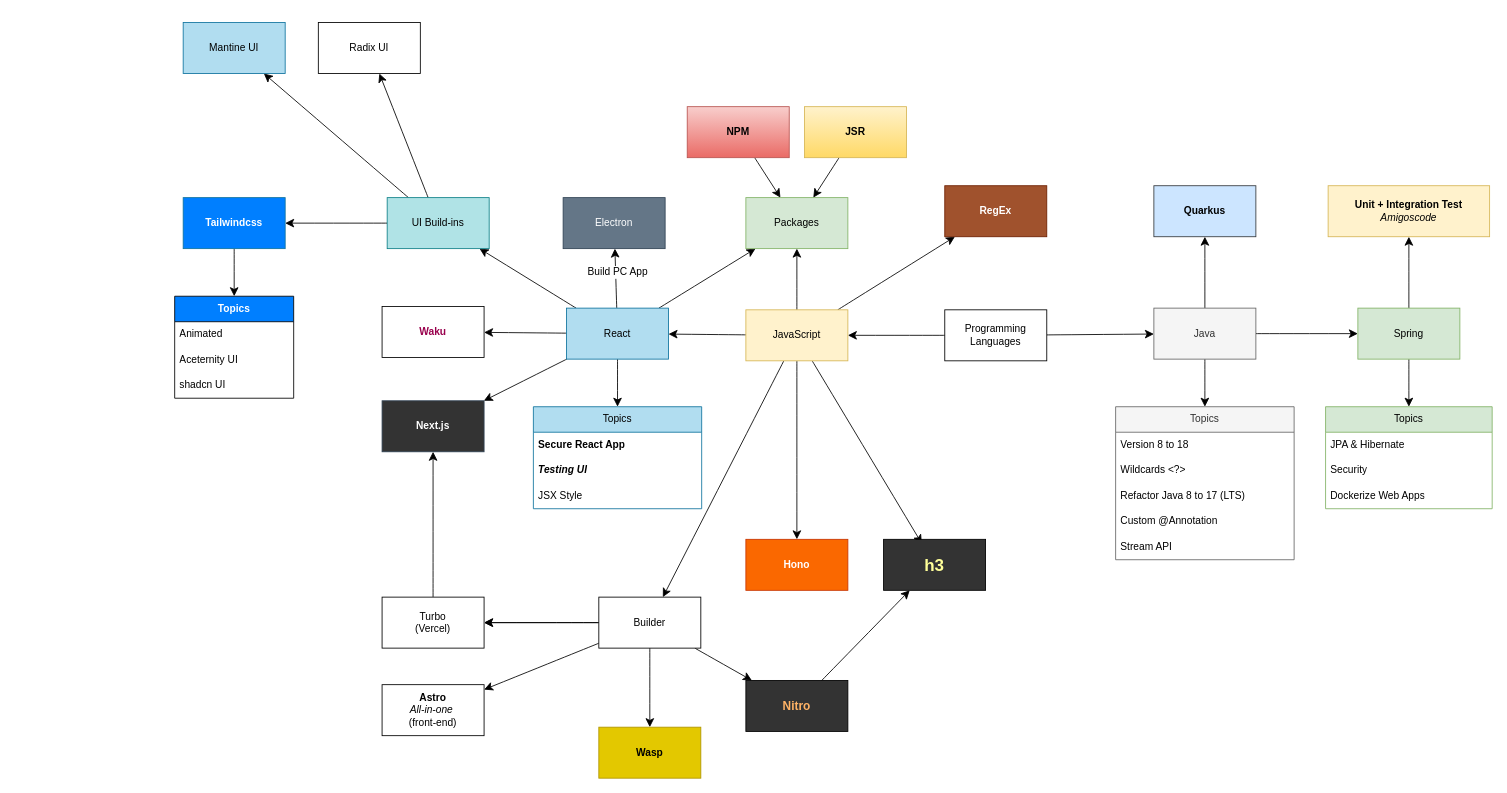
Before: page "Web tech" (1 of 5) of Link_Bookmarks.drawio in sunflynf/diagram-only, a draw.io diagram. Source tidied: cells renumbered, new cells numbered last; positions are measured from the earlier drawing's top-left corner, leaving out a move shared by most shapes. Both pictures are drawn from the tidied source at 85%, with x=0, y=0 at pixel (174, 22).
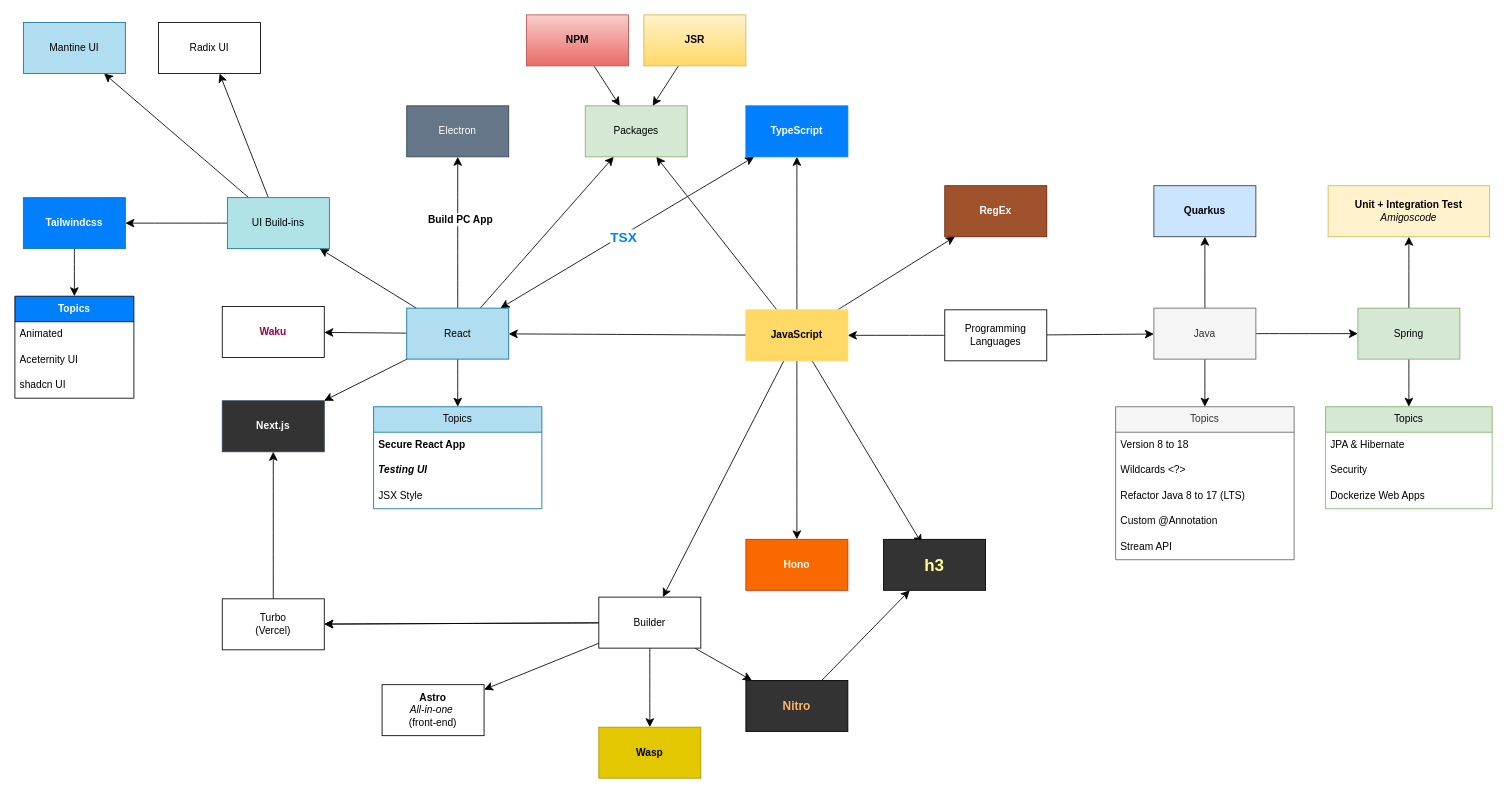
The same diagram, later.

The change refers to these unchanged cells:
```xml
<mxCell id="32" style="edgeStyle=none;curved=1;rounded=0;jettySize=auto;html=1;fontSize=12;startSize=8;endSize=8;" parent="1" edge="1" source="37" target="44">
  <mxGeometry relative="1" as="geometry" />
</mxCell>
```

Diff of the diagram source:
```diff
@@
+    <mxCell id="78" style="edgeStyle=none;curved=1;rounded=0;jettySize=auto;html=1;fontSize=12;startSize=8;endSize=8;" parent="1" edge="1" source="29" target="81">
+      <mxGeometry relative="1" as="geometry" />
+    </mxCell>
-    <mxCell id="29" value="JavaScript" style="whiteSpace=wrap;html=1;fillColor=#fff2cc;strokeColor=#d6b656;" parent="1" vertex="1">
+    <mxCell id="29" value="JavaScript" style="whiteSpace=wrap;html=1;fillColor=#FFD966;strokeColor=#FFD966;fontStyle=1;" parent="1" vertex="1">
       <mxGeometry x="672" y="338" width="120" height="60" as="geometry" />
     </mxCell>
@@
-    <mxCell id="33" value="Build PC App" style="edgeLabel;html=1;align=center;verticalAlign=middle;fontSize=12;" parent="32" vertex="1">
+    <mxCell id="33" value="Build PC App" style="edgeLabel;html=1;align=center;verticalAlign=middle;fontSize=12;fontStyle=1;" parent="32" vertex="1">
       <mxGeometry x="0.17" y="-2" relative="1" as="geometry">
         <mxPoint y="-1" as="offset" />
       </mxGeometry>
     </mxCell>
@@
+    <mxCell id="79" style="edgeStyle=none;curved=1;rounded=0;jettySize=auto;html=1;fontSize=12;startSize=8;endSize=8;startArrow=classic;startFill=1;" parent="1" edge="1" source="37" target="81">
+      <mxGeometry relative="1" as="geometry" />
+    </mxCell>
+    <mxCell id="80" value="TSX" style="edgeLabel;html=1;align=center;verticalAlign=middle;fontSize=16;fontStyle=1;fontColor=#007FFF;" parent="79" vertex="1">
+      <mxGeometry x="-0.04" y="-2" relative="1" as="geometry" />
+    </mxCell>
     <mxCell id="37" value="React" style="whiteSpace=wrap;html=1;fillColor=#b1ddf0;strokeColor=#10739e;" parent="1" vertex="1">
-      <mxGeometry x="461" y="336" width="120" height="60" as="geometry" />
+      <mxGeometry x="273" y="336" width="120" height="60" as="geometry" />
     </mxCell>
     <mxCell id="38" value="Next.js" style="whiteSpace=wrap;html=1;fillColor=#333333;strokeColor=#314354;fontColor=#ffffff;fontStyle=1;" parent="1" vertex="1">
-      <mxGeometry x="244" y="445" width="120" height="60" as="geometry" />
+      <mxGeometry x="56" y="445" width="120" height="60" as="geometry" />
     </mxCell>
@@
     <mxCell id="42" value="UI Build-ins" style="whiteSpace=wrap;html=1;fillColor=#b0e3e6;strokeColor=#0e8088;" parent="1" vertex="1">
-      <mxGeometry x="250" y="206" width="120" height="60" as="geometry" />
+      <mxGeometry x="62" y="206" width="120" height="60" as="geometry" />
     </mxCell>
     <mxCell id="43" value="Mantine UI" style="whiteSpace=wrap;html=1;fillColor=#b1ddf0;strokeColor=#10739e;" parent="1" vertex="1">
-      <mxGeometry x="10" width="120" height="60" as="geometry" />
+      <mxGeometry x="-178" width="120" height="60" as="geometry" />
     </mxCell>
     <mxCell id="44" value="Electron" style="whiteSpace=wrap;html=1;fillColor=#647687;strokeColor=#314354;fontColor=#ffffff;" parent="1" vertex="1">
-      <mxGeometry x="457" y="206" width="120" height="60" as="geometry" />
+      <mxGeometry x="273" y="98" width="120" height="60" as="geometry" />
     </mxCell>
     <mxCell id="45" value="Topics" style="swimlane;fontStyle=0;horizontal=1;startSize=30;whiteSpace=wrap;html=1;fillColor=#b1ddf0;strokeColor=#10739e;" parent="1" vertex="1">
-      <mxGeometry x="422" y="452" width="198" height="120" as="geometry" />
+      <mxGeometry x="234" y="452" width="198" height="120" as="geometry" />
     </mxCell>
@@
     <mxCell id="49" value="Packages" style="whiteSpace=wrap;html=1;fillColor=#d5e8d4;strokeColor=#82b366;" parent="1" vertex="1">
-      <mxGeometry x="672" y="206" width="120" height="60" as="geometry" />
+      <mxGeometry x="483" y="98" width="120" height="60" as="geometry" />
     </mxCell>
@@
     <mxCell id="55" value="NPM" style="whiteSpace=wrap;html=1;fillColor=#f8cecc;gradientColor=#ea6b66;strokeColor=#b85450;fontStyle=1;" parent="1" vertex="1">
-      <mxGeometry x="603" y="99" width="120" height="60" as="geometry" />
+      <mxGeometry x="414" y="-9" width="120" height="60" as="geometry" />
     </mxCell>
@@
     <mxCell id="57" value="JSR" style="whiteSpace=wrap;html=1;fillColor=#fff2cc;gradientColor=#ffd966;strokeColor=#d6b656;fontStyle=1;" parent="1" vertex="1">
-      <mxGeometry x="741" y="99" width="120" height="60" as="geometry" />
+      <mxGeometry x="552" y="-9" width="120" height="60" as="geometry" />
     </mxCell>
     <mxCell id="58" value="Waku" style="whiteSpace=wrap;html=1;fontStyle=1;fontColor=#99004D;" parent="1" vertex="1">
-      <mxGeometry x="244" y="334" width="120" height="60" as="geometry" />
+      <mxGeometry x="56" y="334" width="120" height="60" as="geometry" />
     </mxCell>
@@
     <mxCell id="66" value="&lt;div&gt;Turbo&lt;/div&gt;&lt;div&gt;(Vercel)&lt;br&gt;&lt;/div&gt;" style="whiteSpace=wrap;html=1;" parent="1" vertex="1">
-      <mxGeometry x="244" y="676" width="120" height="60" as="geometry" />
+      <mxGeometry x="56" y="678" width="120" height="60" as="geometry" />
     </mxCell>
@@
     <mxCell id="72" value="Tailwindcss" style="whiteSpace=wrap;html=1;fillColor=#007FFF;strokeColor=#10739e;fontColor=#FFFFFF;fontStyle=1;" parent="1" vertex="1">
-      <mxGeometry x="10" y="206" width="120" height="60" as="geometry" />
+      <mxGeometry x="-178" y="206" width="120" height="60" as="geometry" />
     </mxCell>
     <mxCell id="73" value="Topics" style="swimlane;fontStyle=1;horizontal=1;startSize=30;whiteSpace=wrap;html=1;fillColor=#007FFF;fontColor=#FFFFFF;" parent="1" vertex="1">
-      <mxGeometry y="322" width="140" height="120" as="geometry" />
+      <mxGeometry x="-188" y="322" width="140" height="120" as="geometry" />
     </mxCell>
@@
     <mxCell id="77" value="Radix UI" style="whiteSpace=wrap;html=1;" parent="1" vertex="1">
-      <mxGeometry x="169" width="120" height="60" as="geometry" />
+      <mxGeometry x="-19" width="120" height="60" as="geometry" />
     </mxCell>
+    <mxCell id="81" value="TypeScript" style="whiteSpace=wrap;html=1;fillColor=#0080ff;strokeColor=#007FFF;fontColor=#FFFFFF;fontStyle=1;" parent="1" vertex="1">
+      <mxGeometry x="672" y="98" width="120" height="60" as="geometry" />
+    </mxCell>
```
